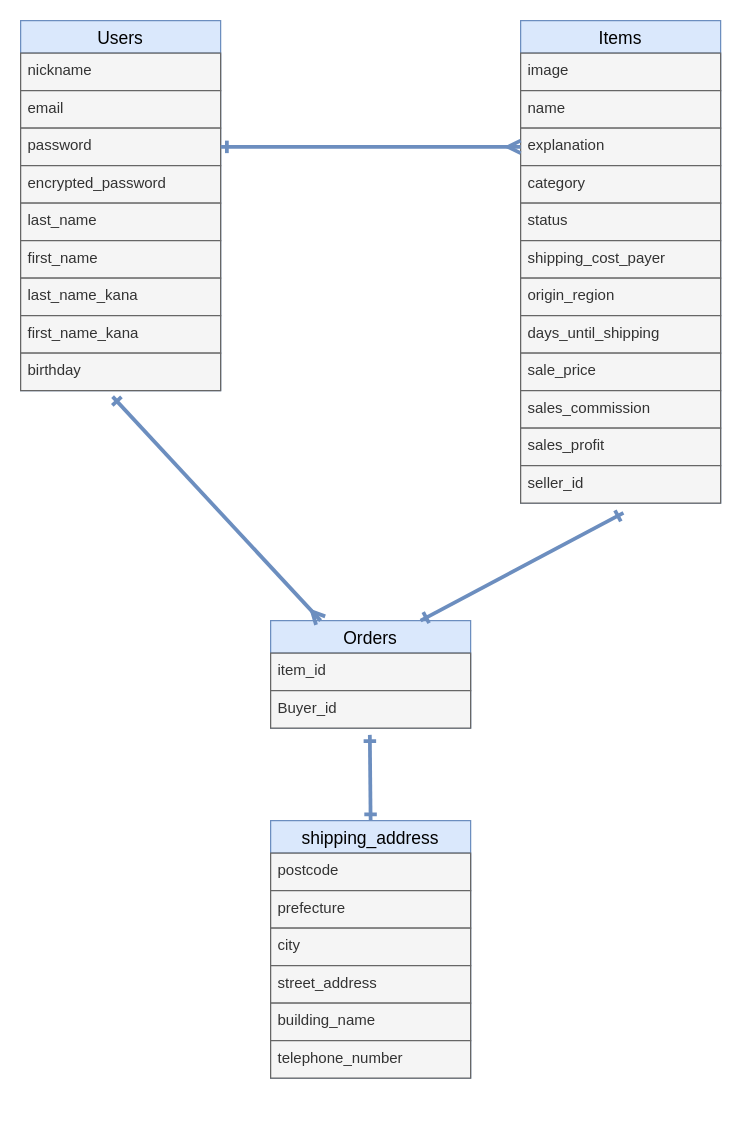
blaasi/furima-39870 keeps this draw.io diagram as furima.dio. Above is the earlier version. Source tidied: cells renumbered, new cells numbered last; positions are measured from the earlier drawing's top-left corner, leaving out a move shared by most shapes. Both pictures are drawn from the tidied source at 125%, with x=0, y=0 at pixel (20, 20).
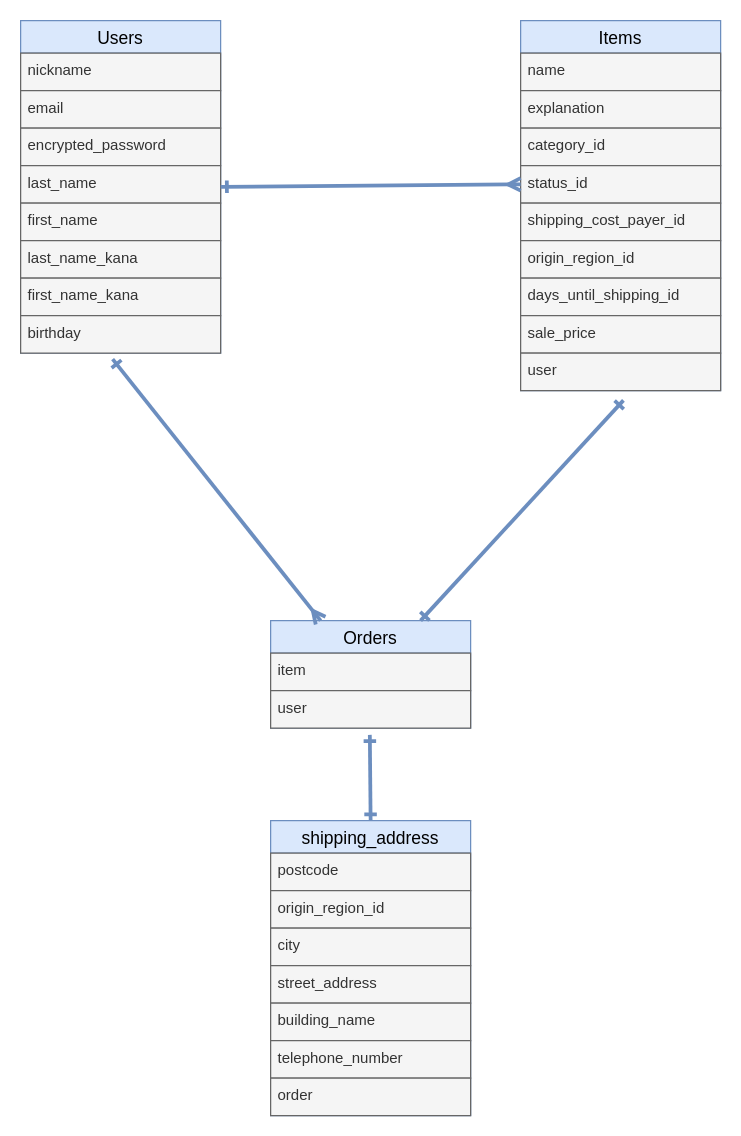
Above is the later version.

Commit message (it also covers changes not shown here):
データベース設計(修正1)

Unchanged cells that the change refers to:
```xml
<mxCell id="25" value="Orders" style="swimlane;fontStyle=0;horizontal=1;startSize=26;align=center;fontSize=14;fillColor=#dae8fc;strokeColor=#6c8ebf;fontColor=#000000;" parent="1" vertex="1">
  <mxGeometry x="200" y="480" width="160" height="86" as="geometry" />
</mxCell>
```

The edit, as a diff of the source:
```diff
@@
     <mxCell id="2" value="Users" style="swimlane;fontStyle=0;horizontal=1;startSize=26;align=center;fontSize=14;fillColor=#dae8fc;strokeColor=#6c8ebf;fontColor=#000000;" parent="1" vertex="1">
-      <mxGeometry width="160" height="296" as="geometry" />
+      <mxGeometry width="160" height="266" as="geometry" />
     </mxCell>
@@
-    <mxCell id="5" value="password" style="text;strokeColor=#666666;fillColor=#f5f5f5;spacingLeft=4;spacingRight=4;overflow=hidden;points=[[0,0.5],[1,0.5]];portConstraint=eastwest;fontSize=12;fontColor=#333333;" parent="2" vertex="1">
-      <mxGeometry y="86" width="160" height="30" as="geometry" />
-    </mxCell>
     <mxCell id="6" value="encrypted_password" style="text;strokeColor=#666666;fillColor=#f5f5f5;spacingLeft=4;spacingRight=4;overflow=hidden;fontSize=12;fontColor=#333333;" parent="2" vertex="1">
-      <mxGeometry y="116" width="160" height="30" as="geometry" />
+      <mxGeometry y="86" width="160" height="30" as="geometry" />
     </mxCell>
     <mxCell id="7" value="last_name&#10;" style="text;strokeColor=#666666;fillColor=#f5f5f5;spacingLeft=4;spacingRight=4;overflow=hidden;fontSize=12;fontColor=#333333;" parent="2" vertex="1">
-      <mxGeometry y="146" width="160" height="30" as="geometry" />
+      <mxGeometry y="116" width="160" height="30" as="geometry" />
     </mxCell>
     <mxCell id="8" value="first_name" style="text;strokeColor=#666666;fillColor=#f5f5f5;spacingLeft=4;spacingRight=4;overflow=hidden;fontSize=12;fontColor=#333333;" parent="2" vertex="1">
-      <mxGeometry y="176" width="160" height="30" as="geometry" />
+      <mxGeometry y="146" width="160" height="30" as="geometry" />
     </mxCell>
     <mxCell id="9" value="last_name_kana" style="text;strokeColor=#666666;fillColor=#f5f5f5;spacingLeft=4;spacingRight=4;overflow=hidden;fontSize=12;fontColor=#333333;" parent="2" vertex="1">
-      <mxGeometry y="206" width="160" height="30" as="geometry" />
+      <mxGeometry y="176" width="160" height="30" as="geometry" />
     </mxCell>
     <mxCell id="10" value="first_name_kana" style="text;strokeColor=#666666;fillColor=#f5f5f5;spacingLeft=4;spacingRight=4;overflow=hidden;fontSize=12;fontColor=#333333;" parent="2" vertex="1">
-      <mxGeometry y="236" width="160" height="30" as="geometry" />
+      <mxGeometry y="206" width="160" height="30" as="geometry" />
     </mxCell>
     <mxCell id="11" value="birthday" style="text;strokeColor=#666666;fillColor=#f5f5f5;spacingLeft=4;spacingRight=4;overflow=hidden;points=[[0,0.5],[1,0.5]];portConstraint=eastwest;fontSize=12;fontColor=#333333;" parent="2" vertex="1">
-      <mxGeometry y="266" width="160" height="30" as="geometry" />
+      <mxGeometry y="236" width="160" height="30" as="geometry" />
     </mxCell>
     <mxCell id="12" value="Items" style="swimlane;fontStyle=0;horizontal=1;startSize=26;align=center;fontSize=14;fillColor=#dae8fc;strokeColor=#6c8ebf;fontColor=#000000;" parent="1" vertex="1">
-      <mxGeometry x="400" width="160" height="386" as="geometry" />
+      <mxGeometry x="400" width="160" height="296" as="geometry" />
     </mxCell>
-    <mxCell id="13" value="image" style="text;strokeColor=#666666;fillColor=#f5f5f5;spacingLeft=4;spacingRight=4;overflow=hidden;fontSize=12;fontColor=#333333;" parent="12" vertex="1">
-      <mxGeometry y="26" width="160" height="30" as="geometry" />
-    </mxCell>
     <mxCell id="14" value="name" style="text;strokeColor=#666666;fillColor=#f5f5f5;spacingLeft=4;spacingRight=4;overflow=hidden;fontSize=12;fontColor=#333333;" parent="12" vertex="1">
-      <mxGeometry y="56" width="160" height="30" as="geometry" />
+      <mxGeometry y="26" width="160" height="30" as="geometry" />
     </mxCell>
     <mxCell id="15" value="explanation" style="text;strokeColor=#666666;fillColor=#f5f5f5;spacingLeft=4;spacingRight=4;overflow=hidden;points=[[0,0.5],[1,0.5]];portConstraint=eastwest;fontSize=12;fontColor=#333333;" parent="12" vertex="1">
-      <mxGeometry y="86" width="160" height="30" as="geometry" />
+      <mxGeometry y="56" width="160" height="30" as="geometry" />
     </mxCell>
-    <mxCell id="16" value="category" style="text;strokeColor=#666666;fillColor=#f5f5f5;spacingLeft=4;spacingRight=4;overflow=hidden;fontSize=12;fontColor=#333333;" parent="12" vertex="1">
-      <mxGeometry y="116" width="160" height="30" as="geometry" />
+    <mxCell id="16" value="category_id" style="text;strokeColor=#666666;fillColor=#f5f5f5;spacingLeft=4;spacingRight=4;overflow=hidden;fontSize=12;fontColor=#333333;" parent="12" vertex="1">
+      <mxGeometry y="86" width="160" height="30" as="geometry" />
     </mxCell>
-    <mxCell id="17" value="status" style="text;strokeColor=#666666;fillColor=#f5f5f5;spacingLeft=4;spacingRight=4;overflow=hidden;points=[[0,0.5],[1,0.5]];portConstraint=eastwest;fontSize=12;fontColor=#333333;" parent="12" vertex="1">
-      <mxGeometry y="146" width="160" height="30" as="geometry" />
+    <mxCell id="17" value="status_id" style="text;strokeColor=#666666;fillColor=#f5f5f5;spacingLeft=4;spacingRight=4;overflow=hidden;points=[[0,0.5],[1,0.5]];portConstraint=eastwest;fontSize=12;fontColor=#333333;" parent="12" vertex="1">
+      <mxGeometry y="116" width="160" height="30" as="geometry" />
     </mxCell>
-    <mxCell id="18" value="shipping_cost_payer" style="text;strokeColor=#666666;fillColor=#f5f5f5;spacingLeft=4;spacingRight=4;overflow=hidden;fontSize=12;fontColor=#333333;" parent="12" vertex="1">
-      <mxGeometry y="176" width="160" height="30" as="geometry" />
+    <mxCell id="18" value="shipping_cost_payer_id" style="text;strokeColor=#666666;fillColor=#f5f5f5;spacingLeft=4;spacingRight=4;overflow=hidden;fontSize=12;fontColor=#333333;" parent="12" vertex="1">
+      <mxGeometry y="146" width="160" height="30" as="geometry" />
     </mxCell>
-    <mxCell id="19" value="origin_region" style="text;strokeColor=#666666;fillColor=#f5f5f5;spacingLeft=4;spacingRight=4;overflow=hidden;fontSize=12;fontColor=#333333;" parent="12" vertex="1">
-      <mxGeometry y="206" width="160" height="30" as="geometry" />
+    <mxCell id="19" value="origin_region_id" style="text;strokeColor=#666666;fillColor=#f5f5f5;spacingLeft=4;spacingRight=4;overflow=hidden;fontSize=12;fontColor=#333333;" parent="12" vertex="1">
+      <mxGeometry y="176" width="160" height="30" as="geometry" />
     </mxCell>
-    <mxCell id="20" value="days_until_shipping" style="text;strokeColor=#666666;fillColor=#f5f5f5;spacingLeft=4;spacingRight=4;overflow=hidden;fontSize=12;fontColor=#333333;" parent="12" vertex="1">
-      <mxGeometry y="236" width="160" height="30" as="geometry" />
+    <mxCell id="20" value="days_until_shipping_id" style="text;strokeColor=#666666;fillColor=#f5f5f5;spacingLeft=4;spacingRight=4;overflow=hidden;fontSize=12;fontColor=#333333;" parent="12" vertex="1">
+      <mxGeometry y="206" width="160" height="30" as="geometry" />
     </mxCell>
     <mxCell id="21" value="sale_price" style="text;strokeColor=#666666;fillColor=#f5f5f5;spacingLeft=4;spacingRight=4;overflow=hidden;fontSize=12;fontColor=#333333;" parent="12" vertex="1">
-      <mxGeometry y="266" width="160" height="30" as="geometry" />
+      <mxGeometry y="236" width="160" height="30" as="geometry" />
     </mxCell>
-    <mxCell id="22" value="sales_commission" style="text;strokeColor=#666666;fillColor=#f5f5f5;spacingLeft=4;spacingRight=4;overflow=hidden;fontSize=12;fontColor=#333333;" parent="12" vertex="1">
-      <mxGeometry y="296" width="160" height="30" as="geometry" />
-    </mxCell>
-    <mxCell id="23" value="sales_profit" style="text;strokeColor=#666666;fillColor=#f5f5f5;spacingLeft=4;spacingRight=4;overflow=hidden;fontSize=12;fontColor=#333333;" parent="12" vertex="1">
-      <mxGeometry y="326" width="160" height="30" as="geometry" />
-    </mxCell>
-    <mxCell id="24" value="seller_id" style="text;strokeColor=#666666;fillColor=#f5f5f5;spacingLeft=4;spacingRight=4;overflow=hidden;points=[[0,0.5],[1,0.5]];portConstraint=eastwest;fontSize=12;fontColor=#333333;" parent="12" vertex="1">
-      <mxGeometry y="356" width="160" height="30" as="geometry" />
+    <mxCell id="24" value="user" style="text;strokeColor=#666666;fillColor=#f5f5f5;spacingLeft=4;spacingRight=4;overflow=hidden;points=[[0,0.5],[1,0.5]];portConstraint=eastwest;fontSize=12;fontColor=#333333;" parent="12" vertex="1">
+      <mxGeometry y="266" width="160" height="30" as="geometry" />
     </mxCell>
@@
-    <mxCell id="26" value="item_id" style="text;strokeColor=#666666;fillColor=#f5f5f5;spacingLeft=4;spacingRight=4;overflow=hidden;fontSize=12;fontColor=#333333;" parent="25" vertex="1">
+    <mxCell id="26" value="item" style="text;strokeColor=#666666;fillColor=#f5f5f5;spacingLeft=4;spacingRight=4;overflow=hidden;fontSize=12;fontColor=#333333;" parent="25" vertex="1">
       <mxGeometry y="26" width="160" height="30" as="geometry" />
     </mxCell>
-    <mxCell id="27" value="Buyer_id" style="text;strokeColor=#666666;fillColor=#f5f5f5;spacingLeft=4;spacingRight=4;overflow=hidden;points=[[0,0.5],[1,0.5]];portConstraint=eastwest;fontSize=12;fontColor=#333333;" parent="25" vertex="1">
+    <mxCell id="27" value="user" style="text;strokeColor=#666666;fillColor=#f5f5f5;spacingLeft=4;spacingRight=4;overflow=hidden;points=[[0,0.5],[1,0.5]];portConstraint=eastwest;fontSize=12;fontColor=#333333;" parent="25" vertex="1">
       <mxGeometry y="56" width="160" height="30" as="geometry" />
     </mxCell>
     <mxCell id="28" value="shipping_address" style="swimlane;fontStyle=0;horizontal=1;startSize=26;align=center;fontSize=14;fillColor=#dae8fc;strokeColor=#6c8ebf;fontColor=#000000;" parent="1" vertex="1">
-      <mxGeometry x="200" y="640" width="160" height="206" as="geometry" />
+      <mxGeometry x="200" y="640" width="160" height="236" as="geometry" />
     </mxCell>
@@
-    <mxCell id="30" value="prefecture" style="text;strokeColor=#666666;fillColor=#f5f5f5;spacingLeft=4;spacingRight=4;overflow=hidden;fontSize=12;fontColor=#333333;" parent="28" vertex="1">
+    <mxCell id="30" value="origin_region_id" style="text;strokeColor=#666666;fillColor=#f5f5f5;spacingLeft=4;spacingRight=4;overflow=hidden;fontSize=12;fontColor=#333333;" parent="28" vertex="1">
       <mxGeometry y="56" width="160" height="30" as="geometry" />
     </mxCell>
@@
+    <mxCell id="39" value="order" style="text;strokeColor=#666666;fillColor=#f5f5f5;spacingLeft=4;spacingRight=4;overflow=hidden;fontSize=12;fontColor=#333333;" parent="28" vertex="1">
+      <mxGeometry y="206" width="160" height="30" as="geometry" />
+    </mxCell>
-    <mxCell id="35" style="edgeStyle=none;html=1;exitX=1;exitY=0.5;exitDx=0;exitDy=0;entryX=0;entryY=0.5;entryDx=0;entryDy=0;endArrow=ERmany;endFill=0;startArrow=ERone;startFill=0;strokeWidth=3;fillColor=#dae8fc;strokeColor=#6c8ebf;" parent="1" edge="1" source="5" target="15">
+    <mxCell id="35" style="edgeStyle=none;html=1;exitX=1;exitY=0.5;exitDx=0;exitDy=0;entryX=0;entryY=0.5;entryDx=0;entryDy=0;endArrow=ERmany;endFill=0;startArrow=ERone;startFill=0;strokeWidth=3;fillColor=#dae8fc;strokeColor=#6c8ebf;" parent="1" edge="1" source="2" target="17">
       <mxGeometry relative="1" as="geometry" />
     </mxCell>
```
